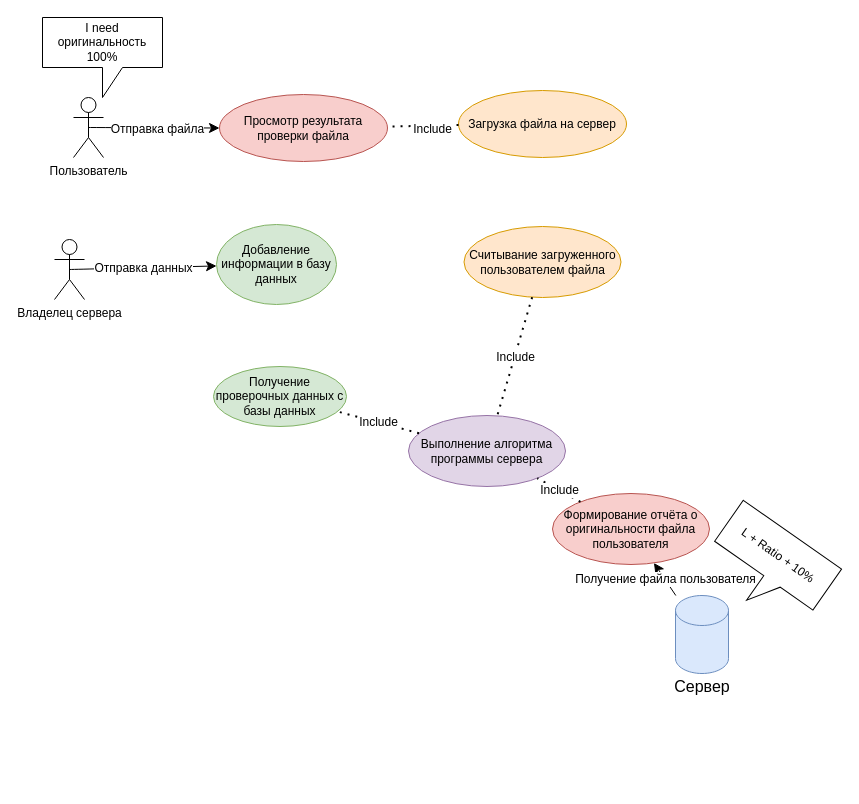
Before: HCI_sem8.drawio in Sandwich9976/API-s, a draw.io diagram. Source tidied: cells renumbered, new cells numbered last; positions are measured from the earlier drawing's top-left corner, leaving out a move shared by most shapes. Both pictures are drawn from the tidied source at 100%, with x=0, y=0 at pixel (42, 17).
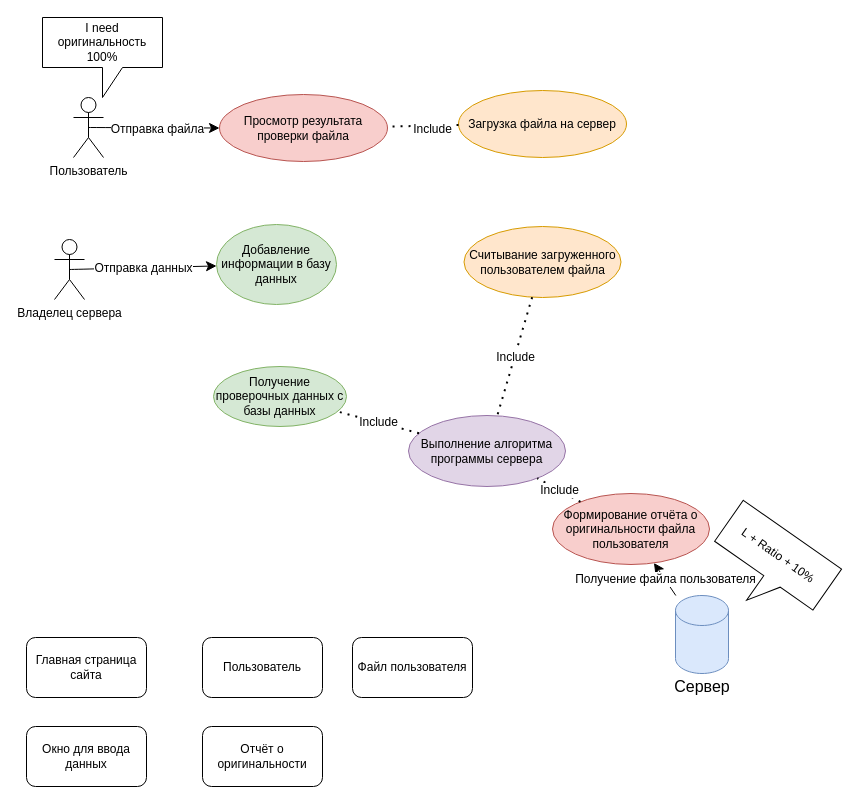
After the change.

The edit, as a diff of the source:
```diff
@@
+    <mxCell id="29" value="Главная страница сайта" style="rounded=1;whiteSpace=wrap;html=1;" parent="1" vertex="1">
+      <mxGeometry x="-16" y="620" width="120" height="60" as="geometry" />
+    </mxCell>
+    <mxCell id="30" value="Пользователь" style="rounded=1;whiteSpace=wrap;html=1;" parent="1" vertex="1">
+      <mxGeometry x="160" y="620" width="120" height="60" as="geometry" />
+    </mxCell>
+    <mxCell id="31" value="Окно для ввода данных" style="rounded=1;whiteSpace=wrap;html=1;" parent="1" vertex="1">
+      <mxGeometry x="-16" y="709" width="120" height="60" as="geometry" />
+    </mxCell>
+    <mxCell id="32" value="Отчёт о оригинальности" style="rounded=1;whiteSpace=wrap;html=1;" parent="1" vertex="1">
+      <mxGeometry x="160" y="709" width="120" height="60" as="geometry" />
+    </mxCell>
+    <mxCell id="33" value="Файл пользователя" style="rounded=1;whiteSpace=wrap;html=1;" parent="1" vertex="1">
+      <mxGeometry x="310" y="620" width="120" height="60" as="geometry" />
+    </mxCell>
```
